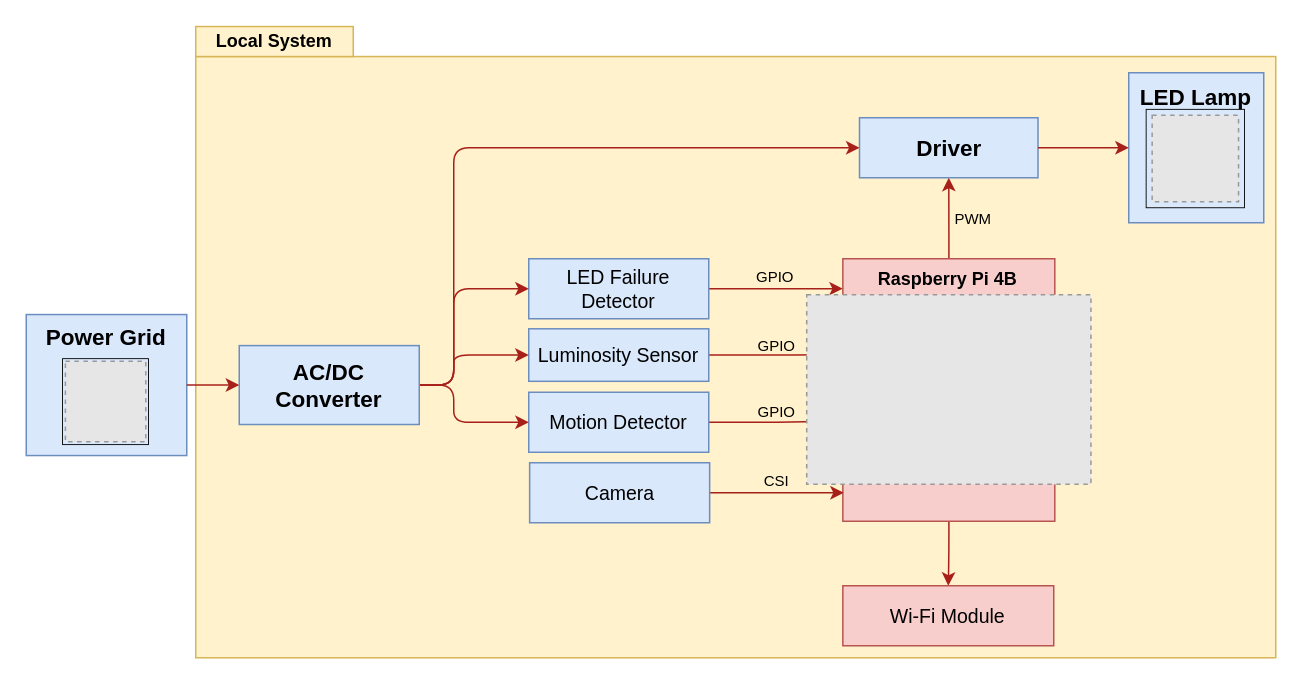
This is page "hw_arch" (3 of 5) of project/report/flowcharts/system_overview.drawio from ESRGgroup9/slipad, a draw.io file, before an edit. Source tidied: cells renumbered, new cells numbered last; positions are measured from the earlier drawing's top-left corner, leaving out a move shared by most shapes. Both pictures are drawn from the tidied source at 150%, with x=0, y=0 at pixel (26, 26). Pictures stored in the file or linked from it are replaced by grey dashed boxes.
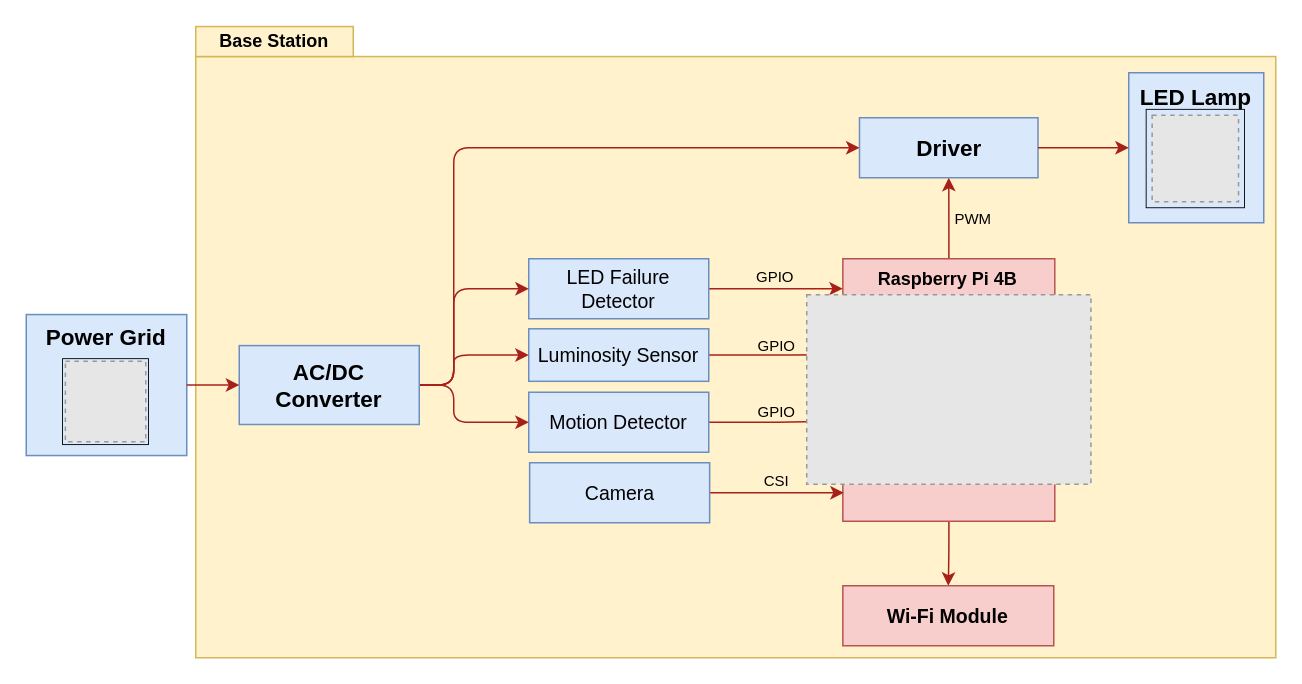
After the change.

The edit, as a diff of the source:
```diff
@@
-    <mxCell id="3" value="Local System" style="text;html=1;strokeColor=#d6b656;fillColor=#fff2cc;align=center;verticalAlign=middle;whiteSpace=wrap;rounded=0;sketch=0;fontStyle=1;fontColor=default;" parent="1" vertex="1">
+    <mxCell id="3" value="Base Station" style="text;html=1;strokeColor=#d6b656;fillColor=#fff2cc;align=center;verticalAlign=middle;whiteSpace=wrap;rounded=0;sketch=0;fontStyle=1;fontColor=default;" parent="1" vertex="1">
       <mxGeometry x="113" y="0.2" width="105" height="20" as="geometry" />
     </mxCell>
@@
-    <mxCell id="33" value="Wi-Fi Module" style="text;html=1;strokeColor=#b85450;fillColor=#f8cecc;align=center;verticalAlign=middle;whiteSpace=wrap;rounded=0;sketch=0;fontSize=13;strokeWidth=1;fontStyle=0;" parent="1" vertex="1">
+    <mxCell id="33" value="Wi-Fi Module" style="text;html=1;strokeColor=#b85450;fillColor=#f8cecc;align=center;verticalAlign=middle;whiteSpace=wrap;rounded=0;sketch=0;fontSize=13;strokeWidth=1;fontStyle=1;" parent="1" vertex="1">
       <mxGeometry x="544.4" y="373" width="140.6" height="40" as="geometry" />
     </mxCell>
```
